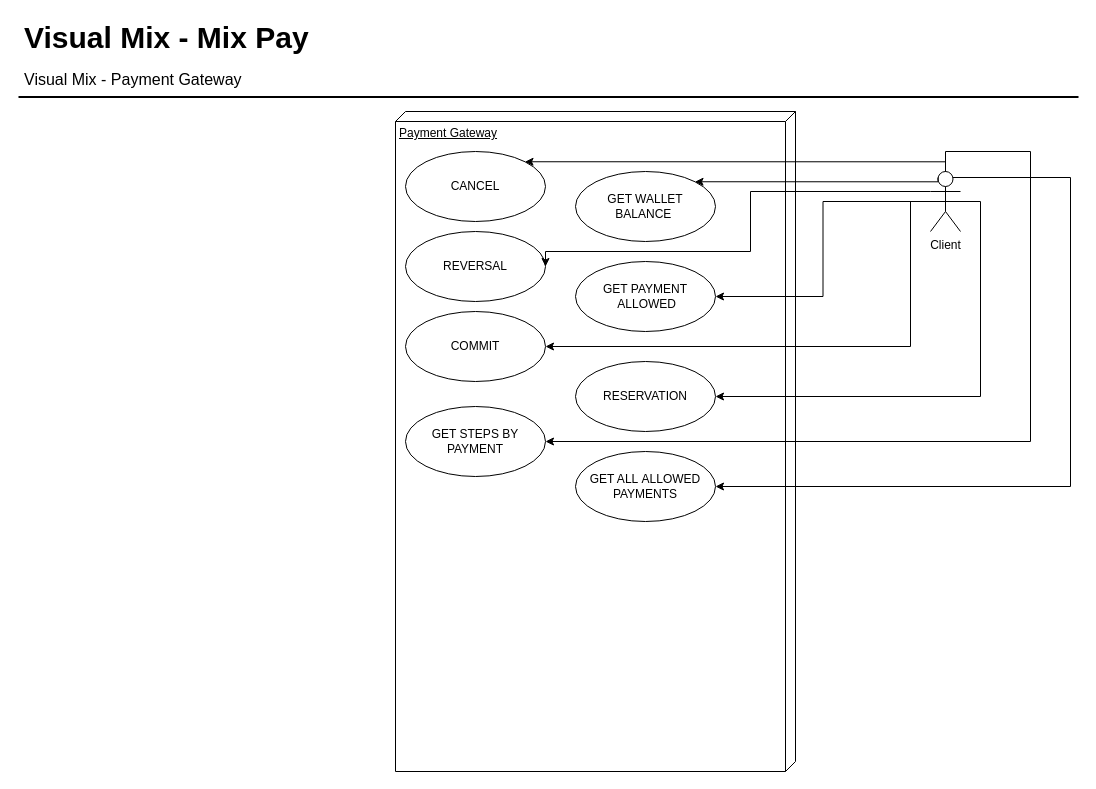
The draw.io diagram page "DFD - Nivel 0" (3 of 4) of gateway-epayment.drawio in Wiu0/diagram, before the edit. Source tidied: cells renumbered, new cells numbered last; positions are measured from the earlier drawing's top-left corner, leaving out a move shared by most shapes. Both pictures are drawn from the tidied source at 100%, with x=0, y=0 at pixel (18, 17).
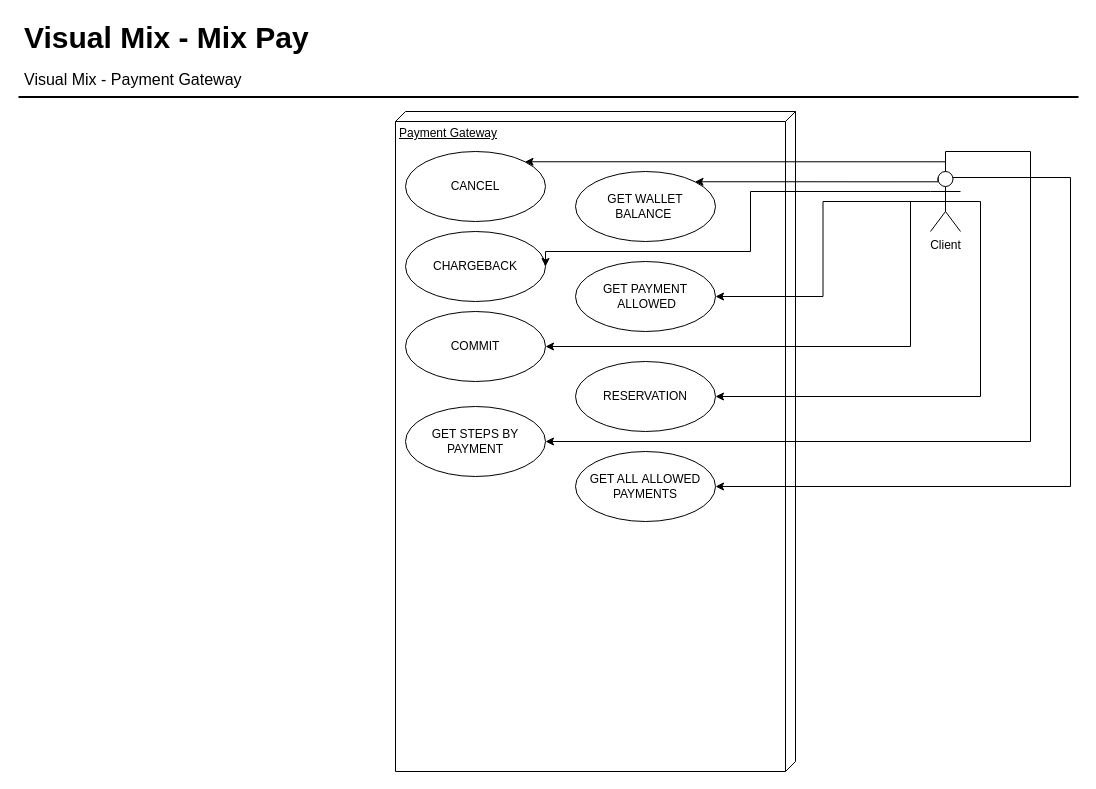
The same diagram, later.

Unchanged cells that the change refers to:
```xml
<mxCell id="9" style="group;" parent="7" vertex="1">
  <mxGeometry x="10" y="40" width="310" height="370" as="geometry" />
</mxCell>
```

Change to the diagram source:
```diff
@@
-    <mxCell id="17" value="REVERSAL" style="ellipse;whiteSpace=wrap;html=1;" parent="9" vertex="1">
+    <mxCell id="17" value="CHARGEBACK" style="ellipse;whiteSpace=wrap;html=1;" parent="9" vertex="1">
       <mxGeometry y="80" width="140" height="70" as="geometry" />
     </mxCell>
```
